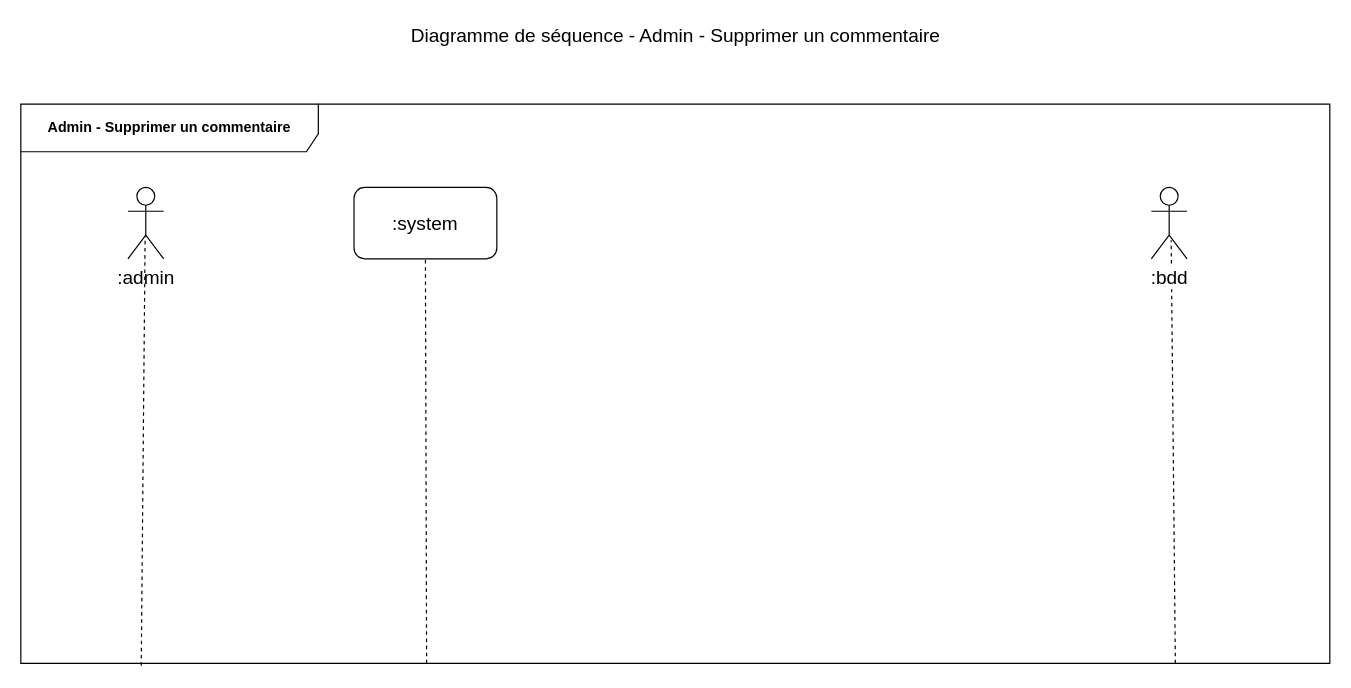
This is uml-diagrams/drawio/diagram-sequence-admin-remove-comments.drawio from thomas-claireau/PHP---P6-Openclassrooms, a draw.io file, before an edit. Source tidied: cells renumbered, new cells numbered last; positions are measured from the earlier drawing's top-left corner, leaving out a move shared by most shapes. Both pictures are drawn from the tidied source at 119%, with x=0, y=0 at pixel (20, 20).
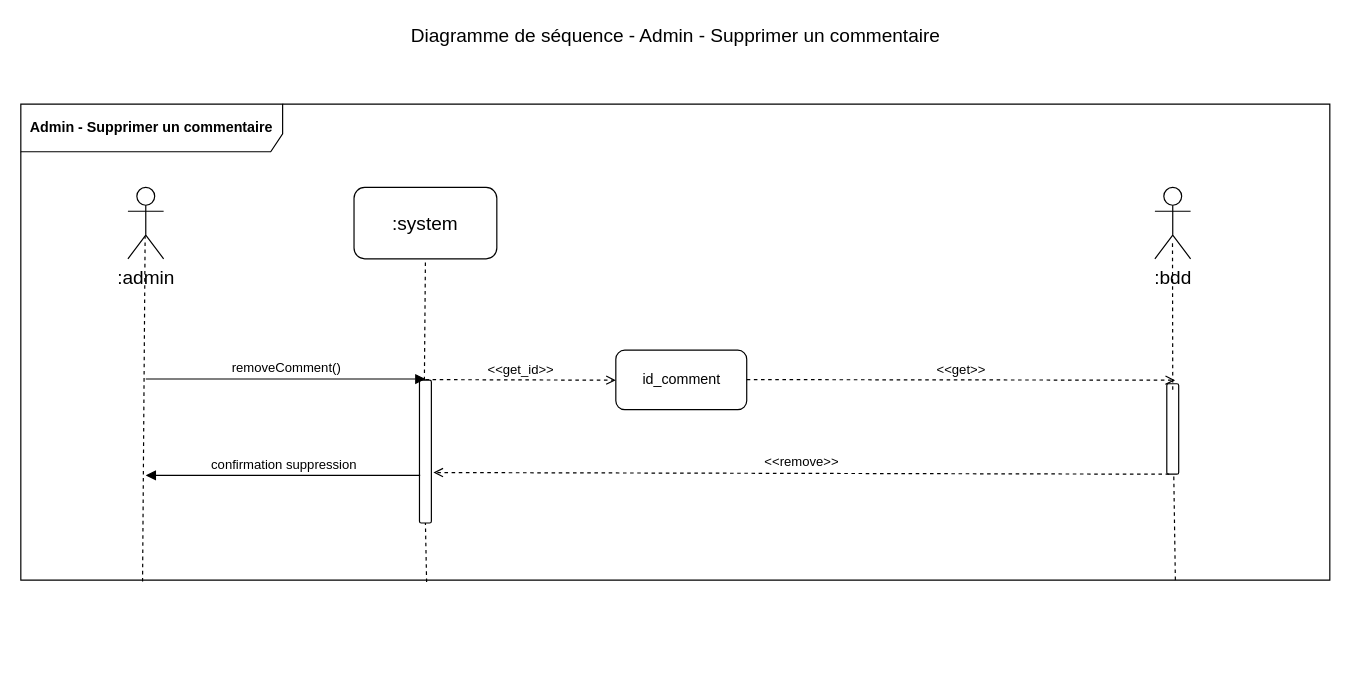
The same page after the edit.

Commit message (it also covers changes not shown here):
update sequence diagram

Unchanged cells that the change refers to:
```xml
<mxCell id="4" value=":admin" style="shape=umlActor;verticalLabelPosition=bottom;labelBackgroundColor=#ffffff;verticalAlign=top;html=1;shadow=0;strokeColor=#000000;gradientColor=none;fontSize=16;align=center;" parent="1" vertex="1">
  <mxGeometry x="90" y="140" width="30" height="60" as="geometry" />
</mxCell>
<mxCell id="5" value=":system" style="rounded=1;whiteSpace=wrap;html=1;shadow=0;labelBackgroundColor=#ffffff;strokeColor=#000000;gradientColor=none;fontSize=16;align=center;" parent="1" vertex="1">
  <mxGeometry x="280" y="140" width="120" height="60" as="geometry" />
</mxCell>
```

What changed in the source:
```diff
@@
-    <mxCell id="2" value="Admin - Supprimer un commentaire" style="shape=umlFrame;whiteSpace=wrap;html=1;width=250;height=40;fontStyle=1;labelBackgroundColor=#ffffff;labelBorderColor=none;gradientColor=none;swimlaneFillColor=none;shadow=0;strokeColor=#000000;" parent="1" vertex="1">
-      <mxGeometry y="70" width="1100" height="470" as="geometry" />
+    <mxCell id="2" value="Admin - Supprimer un commentaire" style="shape=umlFrame;whiteSpace=wrap;html=1;width=220;height=40;fontStyle=1;labelBackgroundColor=#ffffff;labelBorderColor=none;gradientColor=none;swimlaneFillColor=none;shadow=0;strokeColor=#000000;" parent="1" vertex="1">
+      <mxGeometry y="70" width="1100" height="400" as="geometry" />
     </mxCell>
@@
-    <mxCell id="6" style="endArrow=none;dashed=1;html=1;fontSize=16;entryX=0.482;entryY=0.683;entryDx=0;entryDy=0;entryPerimeter=0;exitX=0.092;exitY=1.004;exitDx=0;exitDy=0;exitPerimeter=0;" parent="1" edge="1" source="2" target="4">
+    <mxCell id="6" style="endArrow=none;dashed=1;html=1;fontSize=16;entryX=0.482;entryY=0.683;entryDx=0;entryDy=0;entryPerimeter=0;exitX=0.093;exitY=1.003;exitDx=0;exitDy=0;exitPerimeter=0;" parent="1" edge="1" source="2" target="4">
       <mxGeometry relative="1" as="geometry" />
     </mxCell>
-    <mxCell id="7" style="endArrow=none;dashed=1;html=1;fontSize=16;entryX=0.5;entryY=1;entryDx=0;entryDy=0;exitX=0.31;exitY=1;exitDx=0;exitDy=0;exitPerimeter=0;" parent="1" edge="1" source="2" target="5">
-      <mxGeometry relative="1" as="geometry" />
-    </mxCell>
-    <mxCell id="8" style="endArrow=none;dashed=1;html=1;fontSize=16;entryX=0.556;entryY=0.739;entryDx=0;entryDy=0;entryPerimeter=0;exitX=0.882;exitY=1;exitDx=0;exitDy=0;exitPerimeter=0;" parent="1" edge="1" source="2" target="9">
-      <mxGeometry relative="1" as="geometry" />
-    </mxCell>
+    <mxCell id="10" style="endArrow=none;dashed=1;html=1;fontSize=16;entryX=0.5;entryY=1;entryDx=0;entryDy=0;exitX=0.31;exitY=1;exitDx=0;exitDy=0;exitPerimeter=0;" parent="1" edge="1" source="13" target="5">
+      <mxGeometry relative="1" as="geometry" />
+    </mxCell>
     <mxCell id="9" value=":bdd" style="shape=umlActor;verticalLabelPosition=bottom;labelBackgroundColor=#ffffff;verticalAlign=top;html=1;shadow=0;strokeColor=#000000;gradientColor=none;fontSize=16;align=center;" parent="1" vertex="1">
-      <mxGeometry x="950" y="140" width="30" height="60" as="geometry" />
+      <mxGeometry x="953" y="140" width="30" height="60" as="geometry" />
     </mxCell>
+    <mxCell id="11" value="id_comment" style="html=1;gradientColor=none;rounded=1;" parent="1" vertex="1">
+      <mxGeometry x="500" y="276.8" width="110" height="50" as="geometry" />
+    </mxCell>
+    <mxCell id="12" value="&amp;lt;&amp;lt;get_id&amp;gt;&amp;gt;" style="html=1;verticalAlign=bottom;endArrow=open;fontSize=11;dashed=1;endFill=0;" parent="1" edge="1">
+      <mxGeometry relative="1" as="geometry">
+        <mxPoint x="340" y="301.5" as="sourcePoint" />
+        <mxPoint x="500" y="302" as="targetPoint" />
+      </mxGeometry>
+    </mxCell>
+    <mxCell id="13" style="html=1;points=[];perimeter=orthogonalPerimeter;rounded=1;gradientColor=none;" parent="1" vertex="1">
+      <mxGeometry x="335" y="302" width="10" height="120" as="geometry" />
+    </mxCell>
+    <mxCell id="14" style="endArrow=none;dashed=1;html=1;fontSize=16;entryX=0.5;entryY=1;entryDx=0;entryDy=0;exitX=0.31;exitY=1.004;exitDx=0;exitDy=0;exitPerimeter=0;" parent="1" edge="1" source="2" target="13">
+      <mxGeometry relative="1" as="geometry" />
+    </mxCell>
+    <mxCell id="15" value="removeComment()" style="html=1;verticalAlign=bottom;endArrow=block;fontSize=11;" parent="1" edge="1">
+      <mxGeometry relative="1" as="geometry">
+        <mxPoint x="105" y="301" as="sourcePoint" />
+        <mxPoint x="340" y="301" as="targetPoint" />
+      </mxGeometry>
+    </mxCell>
+    <mxCell id="16" style="endArrow=none;dashed=1;html=1;fontSize=16;entryX=0.556;entryY=0.739;entryDx=0;entryDy=0;entryPerimeter=0;exitX=0.882;exitY=1;exitDx=0;exitDy=0;exitPerimeter=0;" parent="1" edge="1" source="2" target="17">
+      <mxGeometry relative="1" as="geometry" />
+    </mxCell>
+    <mxCell id="17" style="html=1;points=[];perimeter=orthogonalPerimeter;rounded=1;gradientColor=none;" parent="1" vertex="1">
+      <mxGeometry x="963" y="305" width="10" height="76" as="geometry" />
+    </mxCell>
+    <mxCell id="18" value="&amp;lt;&amp;lt;get&amp;gt;&amp;gt;" style="html=1;verticalAlign=bottom;endArrow=open;fontSize=11;dashed=1;endFill=0;" parent="1" edge="1">
+      <mxGeometry relative="1" as="geometry">
+        <mxPoint x="610" y="301.5" as="sourcePoint" />
+        <mxPoint x="970" y="302" as="targetPoint" />
+      </mxGeometry>
+    </mxCell>
+    <mxCell id="19" value="&amp;lt;&amp;lt;remove&amp;gt;&amp;gt;" style="html=1;verticalAlign=bottom;endArrow=open;fontSize=11;dashed=1;endFill=0;entryX=1.168;entryY=0.713;entryDx=0;entryDy=0;entryPerimeter=0;exitX=0.146;exitY=0.999;exitDx=0;exitDy=0;exitPerimeter=0;" parent="1" edge="1">
+      <mxGeometry relative="1" as="geometry">
+        <mxPoint x="965" y="381" as="sourcePoint" />
+        <mxPoint x="346.7" y="379.6" as="targetPoint" />
+      </mxGeometry>
+    </mxCell>
+    <mxCell id="20" value="confirmation suppression" style="html=1;verticalAlign=bottom;endArrow=block;fontSize=11;exitX=0.057;exitY=0.667;exitDx=0;exitDy=0;exitPerimeter=0;" parent="1" edge="1" source="13">
+      <mxGeometry relative="1" as="geometry">
+        <mxPoint x="105" y="382" as="targetPoint" />
+      </mxGeometry>
+    </mxCell>
+    <mxCell id="21" style="endArrow=none;dashed=1;html=1;fontSize=16;entryX=0.493;entryY=0.739;entryDx=0;entryDy=0;entryPerimeter=0;" parent="1" edge="1" target="9">
+      <mxGeometry relative="1" as="geometry">
+        <mxPoint x="968" y="310" as="sourcePoint" />
+      </mxGeometry>
+    </mxCell>
```
